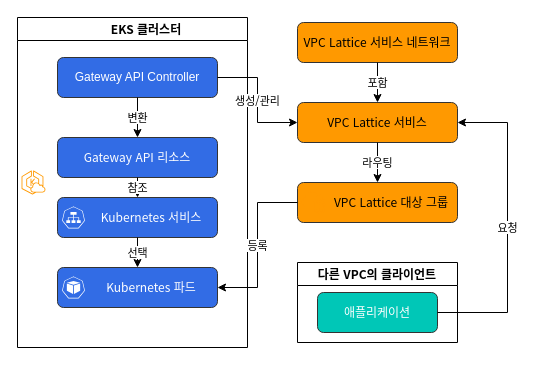
Earlier version of the draw.io diagram assets/generated-diagrams/eks_vpc_lattice_integration.drawio (Atom-oh/kubernetes-docs). Source tidied: cells renumbered, new cells numbered last; positions are measured from the earlier drawing's top-left corner, leaving out a move shared by most shapes. Both pictures are drawn from the tidied source at 100%, with x=0, y=0 at pixel (17, 17).
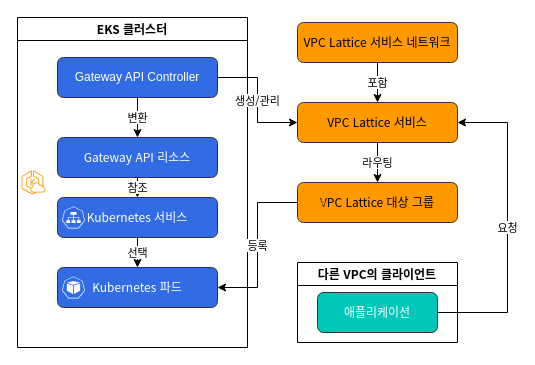
After the change.

What changed in the source:
```diff
@@
-    <mxCell id="2" value="EKS 클러스터" style="swimlane;whiteSpace=wrap;html=1;startSize=23;fontSize=12;fontFamily=Noto Sans CJK KR;spacingLeft=28;" parent="1" vertex="1">
+    <mxCell id="2" value="EKS 클러스터" style="swimlane;whiteSpace=wrap;html=1;startSize=23;fontSize=12;fontFamily=Noto Sans CJK KR;" parent="1" vertex="1">
       <mxGeometry width="230" height="330" as="geometry" />
     </mxCell>
@@
-    <mxCell id="5" value="Kubernetes 서비스" style="rounded=1;whiteSpace=wrap;html=1;fillColor=#326CE5;strokeColor=#333333;fontColor=#FFFFFF;fontSize=12;fontFamily=Noto Sans CJK KR;spacingLeft=28;" parent="2" vertex="1">
+    <mxCell id="5" value="Kubernetes 서비스" style="rounded=1;whiteSpace=wrap;html=1;fillColor=#326CE5;strokeColor=#333333;fontColor=#FFFFFF;fontSize=12;fontFamily=Noto Sans CJK KR;" parent="2" vertex="1">
       <mxGeometry x="40" y="180" width="160" height="40" as="geometry" />
     </mxCell>
-    <mxCell id="6" value="Kubernetes 파드" style="rounded=1;whiteSpace=wrap;html=1;fillColor=#326CE5;strokeColor=#333333;fontColor=#FFFFFF;fontSize=12;fontFamily=Noto Sans CJK KR;spacingLeft=28;" parent="2" vertex="1">
+    <mxCell id="6" value="Kubernetes 파드" style="rounded=1;whiteSpace=wrap;html=1;fillColor=#326CE5;strokeColor=#333333;fontColor=#FFFFFF;fontSize=12;fontFamily=Noto Sans CJK KR;" parent="2" vertex="1">
       <mxGeometry x="40" y="250" width="160" height="40" as="geometry" />
     </mxCell>
@@
-    <mxCell id="9" value="VPC Lattice 대상 그룹" style="rounded=1;whiteSpace=wrap;html=1;fillColor=#FF9900;strokeColor=#333333;fontColor=#000000;fontSize=12;fontFamily=Noto Sans CJK KR;spacingLeft=28;" parent="1" vertex="1">
+    <mxCell id="9" value="VPC Lattice 대상 그룹" style="rounded=1;whiteSpace=wrap;html=1;fillColor=#FF9900;strokeColor=#333333;fontColor=#000000;fontSize=12;fontFamily=Noto Sans CJK KR;" parent="1" vertex="1">
       <mxGeometry x="280" y="165" width="160" height="40" as="geometry" />
     </mxCell>
```
